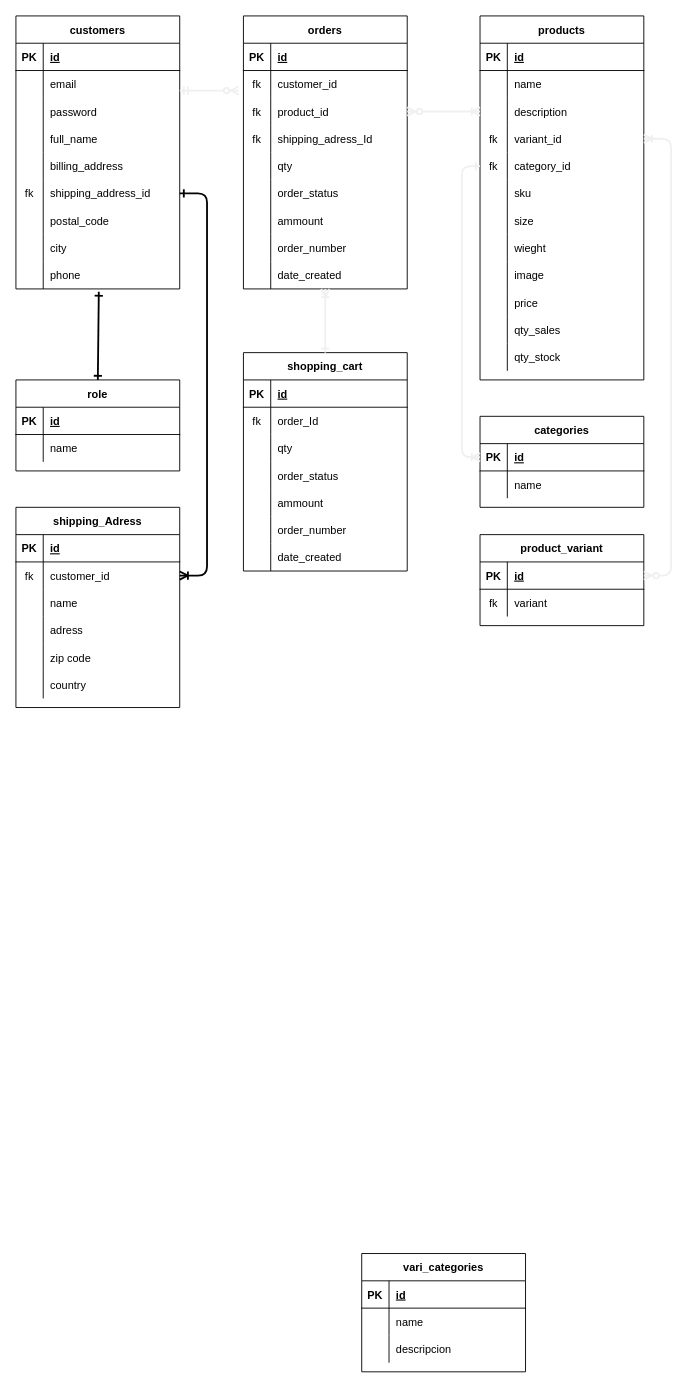
This is DB..drawio from 0920CDFSNCN27ARED/grupo-09, a draw.io file, before an edit. Source tidied: cells renumbered, new cells numbered last; positions are measured from the earlier drawing's top-left corner, leaving out a move shared by most shapes. Both pictures are drawn from the tidied source at 91%, with x=0, y=0 at pixel (15, 15).
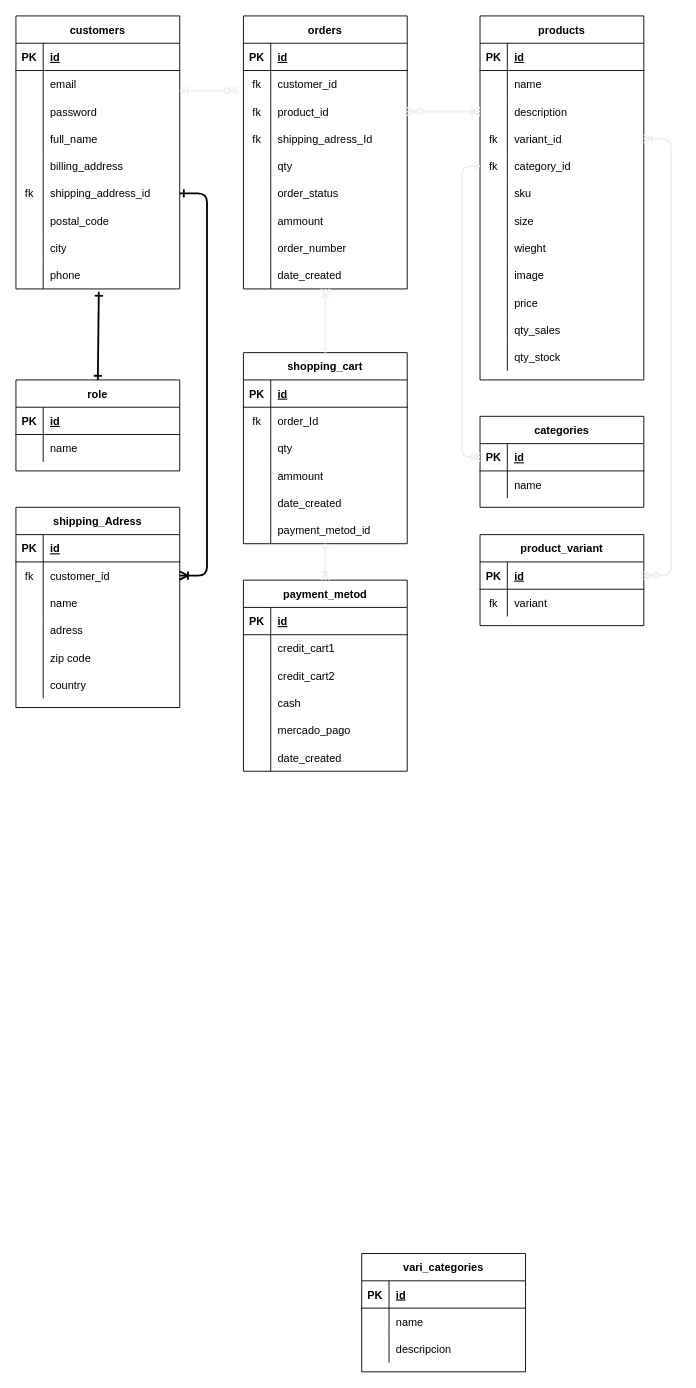
After the change.

Change to the diagram source:
```diff
@@
     <mxCell id="146" value="shopping_cart" style="shape=table;startSize=30;childLayout=tableLayout;rowLines=0;fontStyle=1;align=center;" parent="1" vertex="1">
-      <mxGeometry x="250" y="370" width="180" height="240" as="geometry" />
+      <mxGeometry x="250" y="370" width="180" height="210" as="geometry" />
     </mxCell>
@@
-    <mxCell id="156" style="shape=partialRectangle;fillColor=none;top=0;left=0;bottom=0;right=0;" parent="146" vertex="1">
-      <mxGeometry y="120" width="180" height="30" as="geometry" />
-    </mxCell>
-    <mxCell id="157" style="shape=partialRectangle;fillColor=none;top=0;left=0;bottom=0;right=0;overflow=hidden;" parent="156" vertex="1">
-      <mxGeometry width="30" height="30" as="geometry" />
-    </mxCell>
-    <mxCell id="158" value="order_status" style="shape=partialRectangle;fillColor=none;top=0;left=0;bottom=0;right=0;align=left;spacingLeft=6;overflow=hidden;" parent="156" vertex="1">
-      <mxGeometry x="30" width="150" height="30" as="geometry" />
-    </mxCell>
     <mxCell id="159" style="shape=partialRectangle;fillColor=none;top=0;left=0;bottom=0;right=0;" parent="146" vertex="1">
-      <mxGeometry y="150" width="180" height="30" as="geometry" />
+      <mxGeometry y="120" width="180" height="30" as="geometry" />
     </mxCell>
@@
-    <mxCell id="162" style="shape=partialRectangle;fillColor=none;top=0;left=0;bottom=0;right=0;" parent="146" vertex="1">
-      <mxGeometry y="180" width="180" height="30" as="geometry" />
-    </mxCell>
-    <mxCell id="163" style="shape=partialRectangle;fillColor=none;top=0;left=0;bottom=0;right=0;overflow=hidden;" parent="162" vertex="1">
-      <mxGeometry width="30" height="30" as="geometry" />
-    </mxCell>
-    <mxCell id="164" value="order_number" style="shape=partialRectangle;fillColor=none;top=0;left=0;bottom=0;right=0;align=left;spacingLeft=6;overflow=hidden;" parent="162" vertex="1">
-      <mxGeometry x="30" width="150" height="30" as="geometry" />
-    </mxCell>
     <mxCell id="165" style="shape=partialRectangle;fillColor=none;top=0;left=0;bottom=0;right=0;" parent="146" vertex="1">
-      <mxGeometry y="210" width="180" height="30" as="geometry" />
+      <mxGeometry y="150" width="180" height="30" as="geometry" />
     </mxCell>
@@
+    <mxCell id="175" style="shape=partialRectangle;fillColor=none;top=0;left=0;bottom=0;right=0;points=[[0,0.5],[1,0.5]];portConstraint=eastwest;" parent="146" vertex="1">
+      <mxGeometry y="180" width="180" height="30" as="geometry" />
+    </mxCell>
+    <mxCell id="176" style="shape=partialRectangle;fillColor=none;top=0;left=0;bottom=0;right=0;overflow=hidden;" parent="175" vertex="1">
+      <mxGeometry width="30" height="30" as="geometry" />
+    </mxCell>
+    <mxCell id="177" value="payment_metod_id" style="shape=partialRectangle;fillColor=none;top=0;left=0;bottom=0;right=0;align=left;spacingLeft=6;overflow=hidden;" parent="175" vertex="1">
+      <mxGeometry x="30" width="150" height="30" as="geometry" />
+    </mxCell>
@@
+    <mxCell id="178" value="payment_metod" style="shape=table;startSize=30;childLayout=tableLayout;rowLines=0;fontStyle=1;align=center;" parent="1" vertex="1">
+      <mxGeometry x="250" y="620" width="180" height="210" as="geometry" />
+    </mxCell>
+    <mxCell id="179" style="shape=partialRectangle;fillColor=none;top=0;left=0;bottom=1;right=0;" parent="178" vertex="1">
+      <mxGeometry y="30" width="180" height="30" as="geometry" />
+    </mxCell>
+    <mxCell id="180" value="PK" style="shape=partialRectangle;fillColor=none;top=0;left=0;bottom=0;right=0;fontStyle=1;overflow=hidden;" parent="179" vertex="1">
+      <mxGeometry width="30" height="30" as="geometry" />
+    </mxCell>
+    <mxCell id="181" value="id" style="shape=partialRectangle;fillColor=none;top=0;left=0;bottom=0;right=0;align=left;spacingLeft=6;fontStyle=5;overflow=hidden;" parent="179" vertex="1">
+      <mxGeometry x="30" width="150" height="30" as="geometry" />
+    </mxCell>
+    <mxCell id="182" style="shape=partialRectangle;fillColor=none;top=0;left=0;bottom=0;right=0;" parent="178" vertex="1">
+      <mxGeometry y="60" width="180" height="30" as="geometry" />
+    </mxCell>
+    <mxCell id="183" style="shape=partialRectangle;fillColor=none;top=0;left=0;bottom=0;right=0;overflow=hidden;" parent="182" vertex="1">
+      <mxGeometry width="30" height="30" as="geometry" />
+    </mxCell>
+    <mxCell id="184" value="credit_cart1" style="shape=partialRectangle;fillColor=none;top=0;left=0;bottom=0;right=0;align=left;spacingLeft=6;overflow=hidden;" parent="182" vertex="1">
+      <mxGeometry x="30" width="150" height="30" as="geometry" />
+    </mxCell>
+    <mxCell id="185" style="shape=partialRectangle;fillColor=none;top=0;left=0;bottom=0;right=0;" parent="178" vertex="1">
+      <mxGeometry y="90" width="180" height="30" as="geometry" />
+    </mxCell>
+    <mxCell id="186" style="shape=partialRectangle;fillColor=none;top=0;left=0;bottom=0;right=0;overflow=hidden;" parent="185" vertex="1">
+      <mxGeometry width="30" height="30" as="geometry" />
+    </mxCell>
+    <mxCell id="187" value="credit_cart2" style="shape=partialRectangle;fillColor=none;top=0;left=0;bottom=0;right=0;align=left;spacingLeft=6;overflow=hidden;" parent="185" vertex="1">
+      <mxGeometry x="30" width="150" height="30" as="geometry" />
+    </mxCell>
+    <mxCell id="156" style="shape=partialRectangle;fillColor=none;top=0;left=0;bottom=0;right=0;" parent="178" vertex="1">
+      <mxGeometry y="120" width="180" height="30" as="geometry" />
+    </mxCell>
+    <mxCell id="188" style="shape=partialRectangle;fillColor=none;top=0;left=0;bottom=0;right=0;overflow=hidden;" parent="156" vertex="1">
+      <mxGeometry width="30" height="30" as="geometry" />
+    </mxCell>
+    <mxCell id="189" value="cash" style="shape=partialRectangle;fillColor=none;top=0;left=0;bottom=0;right=0;align=left;spacingLeft=6;overflow=hidden;" parent="156" vertex="1">
+      <mxGeometry x="30" width="150" height="30" as="geometry" />
+    </mxCell>
+    <mxCell id="190" style="shape=partialRectangle;fillColor=none;top=0;left=0;bottom=0;right=0;" parent="178" vertex="1">
+      <mxGeometry y="150" width="180" height="30" as="geometry" />
+    </mxCell>
+    <mxCell id="191" style="shape=partialRectangle;fillColor=none;top=0;left=0;bottom=0;right=0;overflow=hidden;" parent="190" vertex="1">
+      <mxGeometry width="30" height="30" as="geometry" />
+    </mxCell>
+    <mxCell id="192" value="mercado_pago" style="shape=partialRectangle;fillColor=none;top=0;left=0;bottom=0;right=0;align=left;spacingLeft=6;overflow=hidden;" parent="190" vertex="1">
+      <mxGeometry x="30" width="150" height="30" as="geometry" />
+    </mxCell>
+    <mxCell id="193" style="shape=partialRectangle;fillColor=none;top=0;left=0;bottom=0;right=0;" parent="178" vertex="1">
+      <mxGeometry y="180" width="180" height="30" as="geometry" />
+    </mxCell>
+    <mxCell id="194" style="shape=partialRectangle;fillColor=none;top=0;left=0;bottom=0;right=0;overflow=hidden;" parent="193" vertex="1">
+      <mxGeometry width="30" height="30" as="geometry" />
+    </mxCell>
+    <mxCell id="195" value="date_created" style="shape=partialRectangle;fillColor=none;top=0;left=0;bottom=0;right=0;align=left;spacingLeft=6;overflow=hidden;" parent="193" vertex="1">
+      <mxGeometry x="30" width="150" height="30" as="geometry" />
+    </mxCell>
+    <mxCell id="196" style="fontSize=12;html=1;endArrow=ERone;strokeColor=#f0f0f0;strokeWidth=2;exitX=0.5;exitY=0;exitDx=0;exitDy=0;endFill=0;startArrow=ERoneToMany;startFill=0;" parent="1" edge="1" source="178" target="175">
+      <mxGeometry relative="1" as="geometry" />
+    </mxCell>
```
